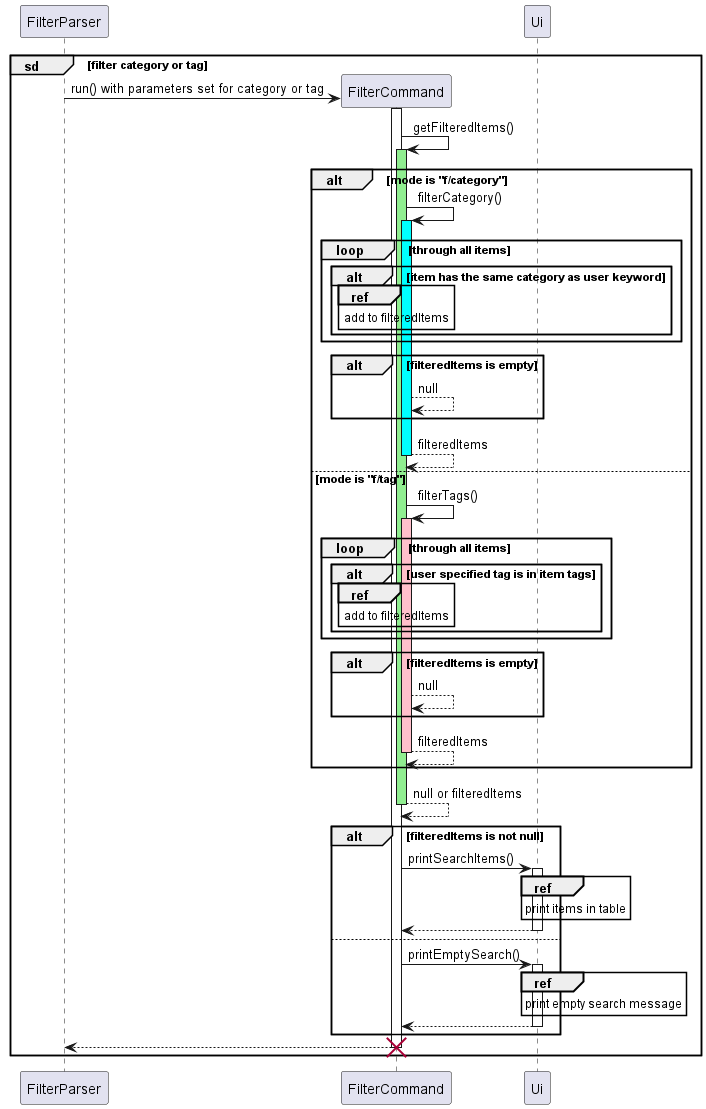
The PlantUML diagram docs/UML/Filter/FilterTagCategory.png in nus-cs2113-AY2223S2/tp, before a commit. Its diagram source:
```plantuml
@startuml

participant FilterParser
group sd [filter category or tag]
    FilterParser -> FilterCommand ** : run() with parameters set for category or tag
    activate FilterCommand
    FilterCommand -> FilterCommand: getFilteredItems()
    activate FilterCommand #lightgreen
    alt mode is "f/category"
        FilterCommand -> FilterCommand: filterCategory()
        activate FilterCommand #cyan
        loop through all items
            alt item has the same category as user keyword
                ref over FilterCommand
                    add to filteredItems
                end ref
            end
        end
        alt filteredItems is empty
            FilterCommand --> FilterCommand: null
        end
        return filteredItems
    else mode is "f/tag"
        FilterCommand -> FilterCommand: filterTags()
        activate FilterCommand #pink
        loop through all items
            alt user specified tag is in item tags
                ref over FilterCommand
                    add to filteredItems
                end ref
            end
        end
        alt filteredItems is empty
            FilterCommand --> FilterCommand: null
        end
        return filteredItems
    end
    return null or filteredItems
    alt filteredItems is not null
        FilterCommand -> Ui: printSearchItems()
        activate Ui
        ref over Ui
            print items in table
        end ref
        return
    else
        FilterCommand -> Ui: printEmptySearch()
        activate Ui
        ref over Ui
            print empty search message
        end ref
        return
    end
    return
    destroy FilterCommand
end
@enduml
```
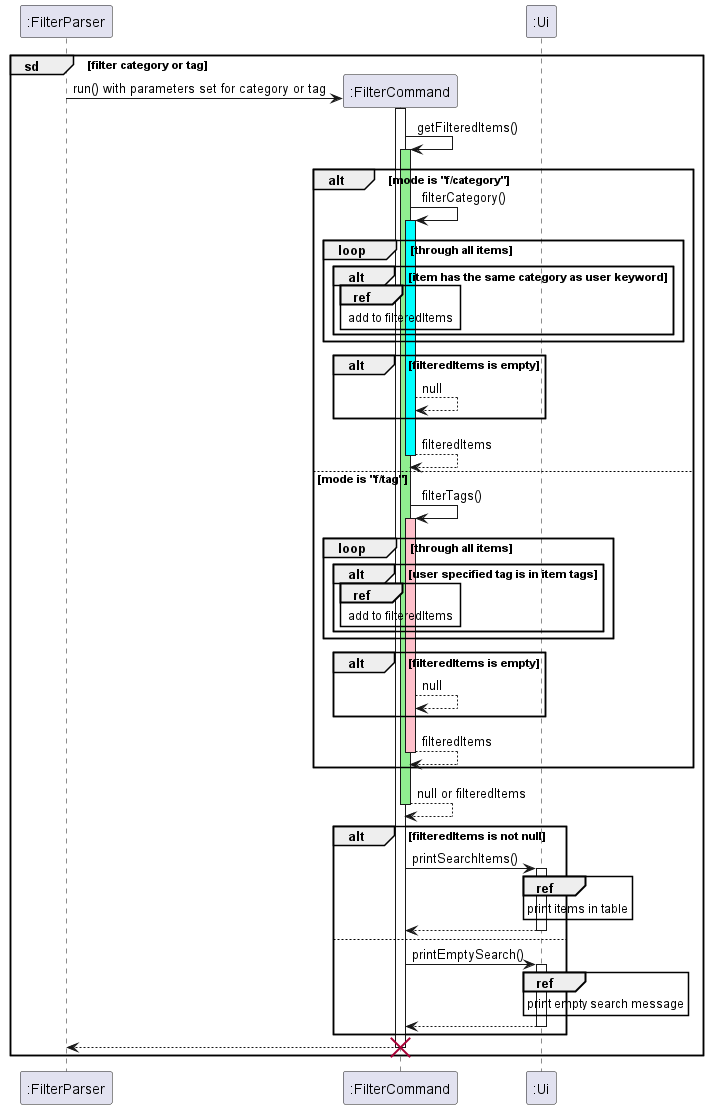
Later version of the same file.

Change to the diagram source:
```diff
@@ -1,57 +1,57 @@
 @startuml
 
-participant FilterParser
+participant ":FilterParser"
 group sd [filter category or tag]
-    FilterParser -> FilterCommand ** : run() with parameters set for category or tag
-    activate FilterCommand
-    FilterCommand -> FilterCommand: getFilteredItems()
-    activate FilterCommand #lightgreen
+    ":FilterParser" -> ":FilterCommand" ** : run() with parameters set for category or tag
+    activate ":FilterCommand"
+    ":FilterCommand" -> ":FilterCommand": getFilteredItems()
+    activate ":FilterCommand" #lightgreen
     alt mode is "f/category"
-        FilterCommand -> FilterCommand: filterCategory()
-        activate FilterCommand #cyan
+        ":FilterCommand" -> ":FilterCommand": filterCategory()
+        activate ":FilterCommand" #cyan
         loop through all items
             alt item has the same category as user keyword
-                ref over FilterCommand
+                ref over ":FilterCommand"
                     add to filteredItems
                 end ref
             end
         end
         alt filteredItems is empty
-            FilterCommand --> FilterCommand: null
+            ":FilterCommand" --> ":FilterCommand": null
         end
         return filteredItems
     else mode is "f/tag"
-        FilterCommand -> FilterCommand: filterTags()
-        activate FilterCommand #pink
+        ":FilterCommand" -> ":FilterCommand": filterTags()
+        activate ":FilterCommand" #pink
         loop through all items
             alt user specified tag is in item tags
-                ref over FilterCommand
+                ref over ":FilterCommand"
                     add to filteredItems
                 end ref
             end
         end
         alt filteredItems is empty
-            FilterCommand --> FilterCommand: null
+            ":FilterCommand" --> ":FilterCommand": null
         end
         return filteredItems
     end
     return null or filteredItems
     alt filteredItems is not null
-        FilterCommand -> Ui: printSearchItems()
-        activate Ui
-        ref over Ui
+        ":FilterCommand" -> ":Ui": printSearchItems()
+        activate ":Ui"
+        ref over ":Ui"
             print items in table
         end ref
         return
     else
-        FilterCommand -> Ui: printEmptySearch()
-        activate Ui
-        ref over Ui
+        ":FilterCommand" -> ":Ui": printEmptySearch()
+        activate ":Ui"
+        ref over ":Ui"
             print empty search message
         end ref
         return
     end
     return
-    destroy FilterCommand
+    destroy ":FilterCommand"
 end
 @enduml
```
